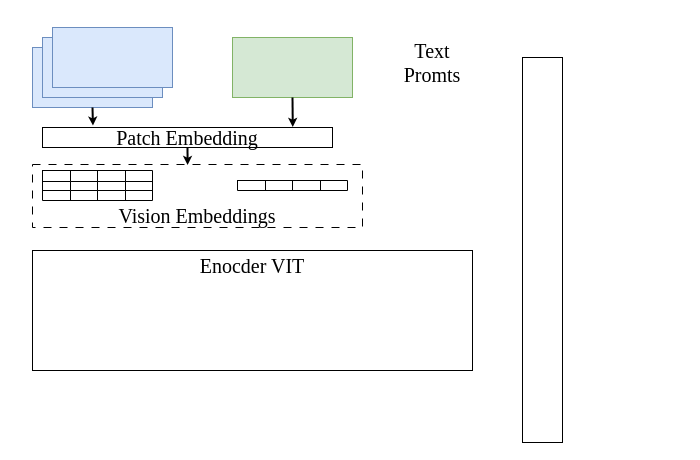
The draw.io diagram figures/Intro.drawio in icszhr/hermes, before the edit. Source tidied: cells renumbered, new cells numbered last; positions are measured from the earlier drawing's top-left corner, leaving out a move shared by most shapes. Both pictures are drawn from the tidied source at 100%, with x=0, y=0 at pixel (32, 27).
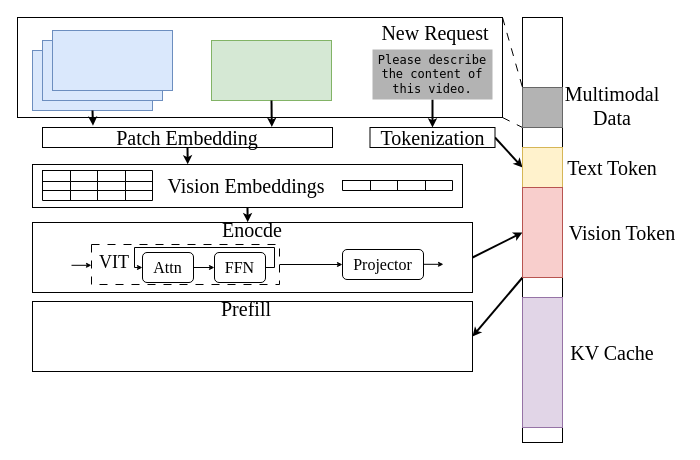
The same page after the edit.

Unchanged cells that the change refers to:
```xml
<mxCell id="34" value="&lt;font style=&quot;font-size: 20px;&quot; face=&quot;Times New Roman&quot;&gt;Patch Embedding&lt;/font&gt;" style="rounded=0;whiteSpace=wrap;html=1;" parent="1" vertex="1">
  <mxGeometry x="10" y="100" width="290" height="20" as="geometry" />
</mxCell>
```

Change to the diagram source:
```diff
@@
+    <mxCell id="38" style="rounded=0;jettySize=auto;html=1;exitX=1;exitY=0;exitDx=0;exitDy=0;entryX=0;entryY=0;entryDx=0;entryDy=0;endArrow=none;endFill=0;dashed=1;dashPattern=8 8;" parent="1" edge="1" source="40" target="45">
+      <mxGeometry relative="1" as="geometry" />
+    </mxCell>
+    <mxCell id="39" style="rounded=0;jettySize=auto;html=1;exitX=1;exitY=1;exitDx=0;exitDy=0;entryX=0;entryY=1;entryDx=0;entryDy=0;endArrow=none;endFill=0;dashed=1;dashPattern=8 8;" parent="1" edge="1" source="40" target="45">
+      <mxGeometry relative="1" as="geometry" />
+    </mxCell>
+    <mxCell id="40" style="rounded=0;whiteSpace=wrap;html=1;fillColor=none;fontFamily=Times New Roman;" parent="1" vertex="1">
+      <mxGeometry x="-15" y="-10" width="485" height="100" as="geometry" />
+    </mxCell>
-    <mxCell id="2" style="rounded=0;whiteSpace=wrap;html=1;fillColor=none;dashed=1;dashPattern=8 8;fontFamily=Times New Roman;" parent="1" vertex="1">
-      <mxGeometry y="137" width="330" height="63" as="geometry" />
+    <mxCell id="2" style="rounded=0;whiteSpace=wrap;html=1;fillColor=none;fontFamily=Times New Roman;" parent="1" vertex="1">
+      <mxGeometry y="137" width="430" height="43" as="geometry" />
     </mxCell>
     <mxCell id="3" style="rounded=0;whiteSpace=wrap;html=1;fillColor=#dae8fc;strokeColor=#6c8ebf;fontFamily=Times New Roman;" parent="1" vertex="1">
-      <mxGeometry y="20" width="120" height="60" as="geometry" />
+      <mxGeometry y="23" width="120" height="60" as="geometry" />
     </mxCell>
     <mxCell id="4" style="rounded=0;whiteSpace=wrap;html=1;fillColor=#dae8fc;strokeColor=#6c8ebf;fontFamily=Times New Roman;" parent="1" vertex="1">
-      <mxGeometry x="10" y="10" width="120" height="60" as="geometry" />
+      <mxGeometry x="10" y="13" width="120" height="60" as="geometry" />
     </mxCell>
     <mxCell id="5" style="rounded=0;whiteSpace=wrap;html=1;fillColor=#dae8fc;strokeColor=#6c8ebf;fontFamily=Times New Roman;" parent="1" vertex="1">
-      <mxGeometry x="20" width="120" height="60" as="geometry" />
+      <mxGeometry x="20" y="3" width="120" height="60" as="geometry" />
     </mxCell>
     <mxCell id="6" style="rounded=0;whiteSpace=wrap;html=1;fillColor=#d5e8d4;strokeColor=#82b366;fontFamily=Times New Roman;" parent="1" vertex="1">
-      <mxGeometry x="200" y="10" width="120" height="60" as="geometry" />
+      <mxGeometry x="179" y="13" width="120" height="60" as="geometry" />
     </mxCell>
+    <mxCell id="41" style="edgeStyle=orthogonalEdgeStyle;rounded=0;jettySize=auto;html=1;exitX=0.5;exitY=1;exitDx=0;exitDy=0;entryX=0.5;entryY=0;entryDx=0;entryDy=0;strokeWidth=2;endSize=3;" parent="1" edge="1" source="7" target="44">
+      <mxGeometry relative="1" as="geometry" />
+    </mxCell>
-    <mxCell id="7" value="&lt;font style=&quot;font-size: 20px;&quot;&gt;Text Promts&lt;/font&gt;" style="text;html=1;whiteSpace=wrap;strokeColor=none;fillColor=none;align=center;verticalAlign=middle;rounded=0;fontFamily=Times New Roman;" parent="1" vertex="1">
-      <mxGeometry x="370" y="20" width="60" height="30" as="geometry" />
+    <mxCell id="7" value="&lt;font face=&quot;Lucida Console&quot;&gt;Please describe the content of this video.&lt;/font&gt;" style="text;html=1;whiteSpace=wrap;strokeColor=none;fillColor=#B3B3B3;align=center;verticalAlign=middle;rounded=0;fontFamily=Times New Roman;" parent="1" vertex="1">
+      <mxGeometry x="340" y="22" width="120" height="50" as="geometry" />
     </mxCell>
     <mxCell id="8" style="rounded=0;whiteSpace=wrap;html=1;fontFamily=Times New Roman;" parent="1" vertex="1">
-      <mxGeometry x="490" y="30" width="40" height="385" as="geometry" />
+      <mxGeometry x="490" y="-10" width="40" height="425" as="geometry" />
     </mxCell>
@@
     <mxCell id="25" style="shape=table;startSize=0;childLayout=tableLayout;fontFamily=Times New Roman;" parent="1" vertex="1">
-      <mxGeometry x="205" y="153" width="110" height="10" as="geometry" />
+      <mxGeometry x="310" y="153" width="110" height="10" as="geometry" />
     </mxCell>
@@
     <mxCell id="31" value="&lt;font style=&quot;font-size: 20px;&quot;&gt;Vision Embeddings&lt;/font&gt;" style="text;html=1;whiteSpace=wrap;strokeColor=none;fillColor=none;align=center;verticalAlign=middle;rounded=0;fontFamily=Times New Roman;" parent="1" vertex="1">
-      <mxGeometry x="45" y="173" width="240" height="30" as="geometry" />
+      <mxGeometry x="129" y="143" width="170" height="30" as="geometry" />
     </mxCell>
+    <mxCell id="42" style="rounded=0;jettySize=auto;html=1;exitX=1;exitY=0.5;exitDx=0;exitDy=0;entryX=0;entryY=0.5;entryDx=0;entryDy=0;strokeWidth=2;endSize=3;" parent="1" edge="1" source="32" target="51">
+      <mxGeometry relative="1" as="geometry" />
+    </mxCell>
     <mxCell id="32" style="rounded=0;whiteSpace=wrap;html=1;fontFamily=Times New Roman;" parent="1" vertex="1">
-      <mxGeometry y="223" width="440" height="120" as="geometry" />
+      <mxGeometry y="195" width="440" height="70" as="geometry" />
     </mxCell>
-    <mxCell id="33" value="&lt;font style=&quot;font-size: 20px;&quot;&gt;Enocder VIT&lt;/font&gt;" style="text;html=1;whiteSpace=wrap;strokeColor=none;fillColor=none;align=center;verticalAlign=middle;rounded=0;fontFamily=Times New Roman;" parent="1" vertex="1">
-      <mxGeometry x="100" y="223" width="240" height="30" as="geometry" />
+    <mxCell id="33" value="&lt;font style=&quot;font-size: 20px;&quot;&gt;Enocde&lt;/font&gt;" style="text;html=1;whiteSpace=wrap;strokeColor=none;fillColor=none;align=center;verticalAlign=middle;rounded=0;fontFamily=Times New Roman;" parent="1" vertex="1">
+      <mxGeometry x="175" y="186.5" width="90" height="30" as="geometry" />
     </mxCell>
@@
-    <mxCell id="36" style="edgeStyle=orthogonalEdgeStyle;rounded=0;jettySize=auto;html=1;exitX=0.5;exitY=1;exitDx=0;exitDy=0;entryX=0.863;entryY=-0.028;entryDx=0;entryDy=0;entryPerimeter=0;strokeWidth=2;endSize=3;" parent="1" edge="1" source="6" target="34">
-      <mxGeometry relative="1" as="geometry" />
+    <mxCell id="36" style="edgeStyle=orthogonalEdgeStyle;rounded=0;jettySize=auto;html=1;exitX=0.5;exitY=1;exitDx=0;exitDy=0;entryX=0.863;entryY=-0.028;entryDx=0;entryDy=0;entryPerimeter=0;strokeWidth=2;endSize=3;" parent="1" edge="1" source="6">
+      <mxGeometry relative="1" as="geometry">
+        <mxPoint x="239.3" y="99.4" as="targetPoint" />
+      </mxGeometry>
     </mxCell>
-    <mxCell id="37" style="edgeStyle=orthogonalEdgeStyle;rounded=0;jettySize=auto;html=1;exitX=0.5;exitY=1;exitDx=0;exitDy=0;entryX=0.47;entryY=0.008;entryDx=0;entryDy=0;entryPerimeter=0;endSize=3;strokeWidth=2;" parent="1" edge="1" source="34" target="2">
-      <mxGeometry relative="1" as="geometry" />
+    <mxCell id="37" style="edgeStyle=orthogonalEdgeStyle;rounded=0;jettySize=auto;html=1;exitX=0.5;exitY=1;exitDx=0;exitDy=0;entryX=0.361;entryY=-0.004;entryDx=0;entryDy=0;entryPerimeter=0;endSize=3;strokeWidth=2;" parent="1" edge="1" source="34" target="2">
+      <mxGeometry relative="1" as="geometry">
+        <Array as="points">
+          <mxPoint x="155" y="120" />
+        </Array>
+      </mxGeometry>
     </mxCell>
+    <mxCell id="43" style="rounded=0;jettySize=auto;html=1;exitX=1;exitY=0.5;exitDx=0;exitDy=0;entryX=0;entryY=0.5;entryDx=0;entryDy=0;strokeWidth=2;endSize=3;" parent="1" edge="1" source="44" target="48">
+      <mxGeometry relative="1" as="geometry" />
+    </mxCell>
+    <mxCell id="44" value="&lt;span style=&quot;font-family: &amp;quot;Times New Roman&amp;quot;; font-size: 20px;&quot;&gt;Tokenization&lt;/span&gt;" style="rounded=0;whiteSpace=wrap;html=1;" parent="1" vertex="1">
+      <mxGeometry x="337.5" y="100" width="125" height="20" as="geometry" />
+    </mxCell>
+    <mxCell id="45" style="rounded=0;whiteSpace=wrap;html=1;fillColor=#B3B3B3;fontColor=#333333;strokeColor=#666666;" parent="1" vertex="1">
+      <mxGeometry x="490" y="60" width="40" height="40" as="geometry" />
+    </mxCell>
+    <mxCell id="46" value="&lt;font style=&quot;font-size: 20px;&quot;&gt;Multimodal Data&lt;/font&gt;" style="text;html=1;whiteSpace=wrap;strokeColor=none;fillColor=none;align=center;verticalAlign=middle;rounded=0;fontFamily=Times New Roman;" parent="1" vertex="1">
+      <mxGeometry x="520" y="63" width="120" height="30" as="geometry" />
+    </mxCell>
+    <mxCell id="47" value="&lt;font style=&quot;font-size: 20px;&quot;&gt;New Request&lt;/font&gt;" style="text;html=1;whiteSpace=wrap;strokeColor=none;fillColor=none;align=center;verticalAlign=middle;rounded=0;fontFamily=Times New Roman;" parent="1" vertex="1">
+      <mxGeometry x="342.5" y="-10" width="120" height="30" as="geometry" />
+    </mxCell>
+    <mxCell id="48" style="rounded=0;whiteSpace=wrap;html=1;fillColor=#fff2cc;strokeColor=#d6b656;" parent="1" vertex="1">
+      <mxGeometry x="490" y="120" width="40" height="40" as="geometry" />
+    </mxCell>
+    <mxCell id="49" value="&lt;font style=&quot;font-size: 20px;&quot;&gt;Text Token&lt;/font&gt;" style="text;html=1;whiteSpace=wrap;strokeColor=none;fillColor=none;align=center;verticalAlign=middle;rounded=0;fontFamily=Times New Roman;" parent="1" vertex="1">
+      <mxGeometry x="520" y="125" width="120" height="30" as="geometry" />
+    </mxCell>
+    <mxCell id="50" style="rounded=0;jettySize=auto;html=1;exitX=0;exitY=1;exitDx=0;exitDy=0;entryX=1;entryY=0.5;entryDx=0;entryDy=0;strokeWidth=2;endSize=3;" parent="1" edge="1" source="51" target="66">
+      <mxGeometry relative="1" as="geometry" />
+    </mxCell>
+    <mxCell id="51" style="rounded=0;whiteSpace=wrap;html=1;fillColor=#f8cecc;strokeColor=#b85450;" parent="1" vertex="1">
+      <mxGeometry x="490" y="160" width="40" height="90" as="geometry" />
+    </mxCell>
+    <mxCell id="52" style="edgeStyle=orthogonalEdgeStyle;rounded=0;jettySize=auto;html=1;exitX=1;exitY=0.5;exitDx=0;exitDy=0;endSize=3;" parent="1" edge="1" source="53" target="61">
+      <mxGeometry relative="1" as="geometry" />
+    </mxCell>
+    <mxCell id="53" style="rounded=0;whiteSpace=wrap;html=1;dashed=1;dashPattern=8 8;" parent="1" vertex="1">
+      <mxGeometry x="59" y="217" width="188" height="40" as="geometry" />
+    </mxCell>
+    <mxCell id="54" style="rounded=0;jettySize=auto;html=1;exitX=0.5;exitY=1;exitDx=0;exitDy=0;strokeWidth=2;endSize=3;entryX=0.489;entryY=-0.005;entryDx=0;entryDy=0;entryPerimeter=0;" parent="1" edge="1" source="2" target="32">
+      <mxGeometry relative="1" as="geometry" />
+    </mxCell>
+    <mxCell id="55" value="&lt;font&gt;VIT&lt;/font&gt;" style="text;html=1;whiteSpace=wrap;strokeColor=none;fillColor=none;align=center;verticalAlign=middle;rounded=0;fontFamily=Times New Roman;fontSize=18;" parent="1" vertex="1">
+      <mxGeometry x="37" y="220" width="90" height="30" as="geometry" />
+    </mxCell>
+    <mxCell id="56" style="edgeStyle=orthogonalEdgeStyle;rounded=0;jettySize=auto;html=1;exitX=1;exitY=0.5;exitDx=0;exitDy=0;entryX=0;entryY=0.5;entryDx=0;entryDy=0;endSize=3;" parent="1" edge="1" source="57" target="59">
+      <mxGeometry relative="1" as="geometry" />
+    </mxCell>
+    <mxCell id="57" value="&lt;font style=&quot;font-size: 16px;&quot; face=&quot;Times New Roman&quot;&gt;Attn&lt;/font&gt;" style="rounded=1;whiteSpace=wrap;html=1;" parent="1" vertex="1">
+      <mxGeometry x="110" y="225" width="51" height="30" as="geometry" />
+    </mxCell>
+    <mxCell id="58" style="edgeStyle=orthogonalEdgeStyle;rounded=0;jettySize=auto;html=1;entryX=0;entryY=0.5;entryDx=0;entryDy=0;exitX=1;exitY=0.5;exitDx=0;exitDy=0;endSize=3;" parent="1" edge="1" source="59" target="57">
+      <mxGeometry relative="1" as="geometry">
+        <Array as="points">
+          <mxPoint x="242" y="240" />
+          <mxPoint x="242" y="220" />
+          <mxPoint x="102" y="220" />
+          <mxPoint x="102" y="240" />
+        </Array>
+      </mxGeometry>
+    </mxCell>
+    <mxCell id="59" value="&lt;font style=&quot;font-size: 16px;&quot; face=&quot;Times New Roman&quot;&gt;FFN&lt;/font&gt;" style="rounded=1;whiteSpace=wrap;html=1;" parent="1" vertex="1">
+      <mxGeometry x="182" y="225" width="51" height="30" as="geometry" />
+    </mxCell>
+    <mxCell id="60" style="endArrow=classic;html=1;rounded=0;endSize=3;" parent="1" edge="1">
+      <mxGeometry relative="1" as="geometry">
+        <mxPoint x="39" y="237.8" as="sourcePoint" />
+        <mxPoint x="59" y="237.8" as="targetPoint" />
+      </mxGeometry>
+    </mxCell>
+    <mxCell id="61" value="&lt;font style=&quot;font-size: 16px;&quot; face=&quot;Times New Roman&quot;&gt;Projector&lt;/font&gt;" style="rounded=1;whiteSpace=wrap;html=1;" parent="1" vertex="1">
+      <mxGeometry x="310" y="222" width="81" height="30" as="geometry" />
+    </mxCell>
+    <mxCell id="62" style="endArrow=classic;html=1;rounded=0;endSize=3;" parent="1" edge="1">
+      <mxGeometry relative="1" as="geometry">
+        <mxPoint x="391" y="236.8" as="sourcePoint" />
+        <mxPoint x="411" y="236.8" as="targetPoint" />
+      </mxGeometry>
+    </mxCell>
+    <mxCell id="63" value="&lt;font style=&quot;font-size: 20px;&quot;&gt;Vision Token&lt;/font&gt;" style="text;html=1;whiteSpace=wrap;strokeColor=none;fillColor=none;align=center;verticalAlign=middle;rounded=0;fontFamily=Times New Roman;" parent="1" vertex="1">
+      <mxGeometry x="530" y="190" width="120" height="30" as="geometry" />
+    </mxCell>
+    <mxCell id="64" style="rounded=0;whiteSpace=wrap;html=1;fillColor=#e1d5e7;strokeColor=#9673a6;" parent="1" vertex="1">
+      <mxGeometry x="490" y="270" width="40" height="130" as="geometry" />
+    </mxCell>
+    <mxCell id="65" value="&lt;font style=&quot;font-size: 20px;&quot;&gt;KV Cache&lt;/font&gt;" style="text;html=1;whiteSpace=wrap;strokeColor=none;fillColor=none;align=center;verticalAlign=middle;rounded=0;fontFamily=Times New Roman;" parent="1" vertex="1">
+      <mxGeometry x="520" y="310" width="120" height="30" as="geometry" />
+    </mxCell>
+    <mxCell id="66" style="rounded=0;whiteSpace=wrap;html=1;fontFamily=Times New Roman;" parent="1" vertex="1">
+      <mxGeometry y="274" width="440" height="70" as="geometry" />
+    </mxCell>
+    <mxCell id="67" value="&lt;span style=&quot;font-size: 20px;&quot;&gt;Prefill&lt;/span&gt;" style="text;html=1;whiteSpace=wrap;strokeColor=none;fillColor=none;align=center;verticalAlign=middle;rounded=0;fontFamily=Times New Roman;" parent="1" vertex="1">
+      <mxGeometry x="169" y="276" width="90" height="10" as="geometry" />
+    </mxCell>
```
